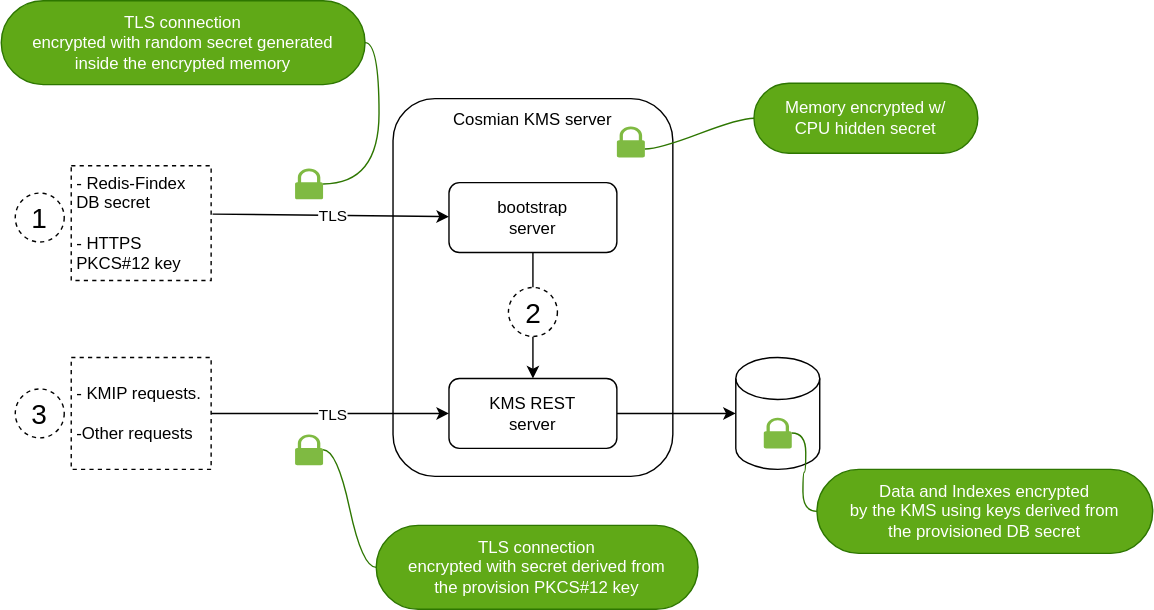
Earlier version of the draw.io export documentation/docs/drawings/zero_trust.drawio.svg (Cosmian/kms). Source tidied: cells renumbered, new cells last; positions are measured from the earlier drawing's top-left corner, leaving out a move shared by most shapes. Its diagram source:
```xml
<mxGraphModel>
  <root>
    <mxCell id="0" />
    <mxCell id="1" parent="0" />
    <mxCell id="2" style="rounded=1;whiteSpace=wrap;html=1;" parent="1" vertex="1">
      <mxGeometry x="280" y="70" width="200" height="270" as="geometry" />
    </mxCell>
    <mxCell id="3" style="endArrow=classic;html=1;exitX=1;exitY=0.5;exitDx=0;exitDy=0;entryX=0;entryY=0.5;entryDx=0;entryDy=0;entryPerimeter=0;" parent="1" edge="1" source="7" target="4">
      <mxGeometry relative="1" as="geometry" />
    </mxCell>
    <mxCell id="4" style="shape=cylinder3;whiteSpace=wrap;html=1;boundedLbl=1;backgroundOutline=1;size=15;" parent="1" vertex="1">
      <mxGeometry x="525" y="255" width="60" height="80" as="geometry" />
    </mxCell>
    <mxCell id="5" value="Cosmian KMS server" style="text;html=1;strokeColor=none;fillColor=none;align=center;verticalAlign=middle;whiteSpace=wrap;rounded=0;" parent="1" vertex="1">
      <mxGeometry x="320" y="70" width="120" height="30" as="geometry" />
    </mxCell>
    <mxCell id="6" value="bootstrap&lt;br&gt;server" style="rounded=1;whiteSpace=wrap;html=1;" parent="1" vertex="1">
      <mxGeometry x="320" y="130" width="120" height="50" as="geometry" />
    </mxCell>
    <mxCell id="7" value="KMS REST&lt;br&gt;server" style="rounded=1;whiteSpace=wrap;html=1;" parent="1" vertex="1">
      <mxGeometry x="320" y="270" width="120" height="50" as="geometry" />
    </mxCell>
    <mxCell id="8" style="endArrow=classic;html=1;exitX=0.5;exitY=1;exitDx=0;exitDy=0;startArrow=none;" parent="1" edge="1" source="17" target="7">
      <mxGeometry relative="1" as="geometry" />
    </mxCell>
    <mxCell id="9" style="endArrow=classic;html=1;exitX=1.01;exitY=0.421;exitDx=0;exitDy=0;exitPerimeter=0;" parent="1" edge="1" source="13" target="6">
      <mxGeometry relative="1" as="geometry" />
    </mxCell>
    <mxCell id="10" value="TLS" style="edgeLabel;html=1;align=center;verticalAlign=middle;" parent="9" vertex="1">
      <mxGeometry x="0.03" y="-1" relative="1" as="geometry">
        <mxPoint x="-1" y="-1" as="offset" />
      </mxGeometry>
    </mxCell>
    <mxCell id="11" style="endArrow=classic;html=1;entryX=0;entryY=0.5;entryDx=0;entryDy=0;exitX=1;exitY=0.5;exitDx=0;exitDy=0;" parent="1" edge="1" source="14" target="7">
      <mxGeometry relative="1" as="geometry" />
    </mxCell>
    <mxCell id="12" value="TLS" style="edgeLabel;html=1;align=center;verticalAlign=middle;" parent="11" vertex="1">
      <mxGeometry x="0.03" y="-1" relative="1" as="geometry">
        <mxPoint x="-1" y="-1" as="offset" />
      </mxGeometry>
    </mxCell>
    <mxCell id="13" value="- Redis-Findex DB secret&lt;br&gt;&lt;br&gt;- HTTPS PKCS#12 key" style="text;html=1;strokeColor=default;fillColor=none;align=left;verticalAlign=middle;whiteSpace=wrap;rounded=0;shadow=0;dashed=1;spacingTop=2;spacingLeft=2;spacingBottom=2;spacingRight=2;" parent="1" vertex="1">
      <mxGeometry x="50" y="118" width="100" height="82" as="geometry" />
    </mxCell>
    <mxCell id="14" value="- KMIP requests.&lt;br&gt;&lt;br&gt;-Other requests" style="text;html=1;strokeColor=default;fillColor=none;align=left;verticalAlign=middle;whiteSpace=wrap;rounded=0;shadow=0;dashed=1;spacingTop=2;spacingLeft=2;spacingBottom=2;spacingRight=2;" parent="1" vertex="1">
      <mxGeometry x="50" y="255" width="100" height="80" as="geometry" />
    </mxCell>
    <mxCell id="15" value="&lt;font style=&quot;font-size: 20px;&quot;&gt;1&lt;/font&gt;" style="ellipse;whiteSpace=wrap;html=1;rounded=0;shadow=0;dashed=1;strokeColor=default;" parent="1" vertex="1">
      <mxGeometry x="10" y="137.5" width="35" height="35" as="geometry" />
    </mxCell>
    <mxCell id="16" style="endArrow=none;html=1;exitX=0.5;exitY=1;exitDx=0;exitDy=0;" parent="1" edge="1" source="6" target="17">
      <mxGeometry relative="1" as="geometry" />
    </mxCell>
    <mxCell id="17" value="&lt;font style=&quot;font-size: 20px;&quot;&gt;2&lt;/font&gt;" style="ellipse;whiteSpace=wrap;html=1;rounded=0;shadow=0;dashed=1;strokeColor=default;" parent="1" vertex="1">
      <mxGeometry x="362.5" y="205" width="35" height="35" as="geometry" />
    </mxCell>
    <mxCell id="18" value="&lt;font style=&quot;font-size: 20px;&quot;&gt;3&lt;/font&gt;" style="ellipse;whiteSpace=wrap;html=1;rounded=0;shadow=0;dashed=1;strokeColor=default;" parent="1" vertex="1">
      <mxGeometry x="10" y="277.5" width="35" height="35" as="geometry" />
    </mxCell>
    <mxCell id="19" style="sketch=0;shadow=0;dashed=0;html=1;strokeColor=none;labelPosition=center;verticalLabelPosition=bottom;verticalAlign=top;outlineConnect=0;align=center;shape=mxgraph.office.security.lock_protected;fillColor=#7FBA42;" parent="1" vertex="1">
      <mxGeometry x="545" y="298" width="20" height="22" as="geometry" />
    </mxCell>
    <mxCell id="20" style="sketch=0;shadow=0;dashed=0;html=1;strokeColor=none;labelPosition=center;verticalLabelPosition=bottom;verticalAlign=top;align=center;shape=mxgraph.office.security.lock_protected;fillColor=#7FBA42;" parent="1" vertex="1">
      <mxGeometry x="440" y="90" width="20" height="22" as="geometry" />
    </mxCell>
    <mxCell id="21" style="sketch=0;shadow=0;dashed=0;html=1;strokeColor=none;labelPosition=center;verticalLabelPosition=bottom;verticalAlign=top;outlineConnect=0;align=center;shape=mxgraph.office.security.lock_protected;fillColor=#7FBA42;" parent="1" vertex="1">
      <mxGeometry x="210" y="120" width="20" height="22" as="geometry" />
    </mxCell>
    <mxCell id="22" style="sketch=0;shadow=0;dashed=0;html=1;strokeColor=none;labelPosition=center;verticalLabelPosition=bottom;verticalAlign=top;outlineConnect=0;align=center;shape=mxgraph.office.security.lock_protected;fillColor=#7FBA42;" parent="1" vertex="1">
      <mxGeometry x="210" y="310" width="20" height="22" as="geometry" />
    </mxCell>
    <mxCell id="23" value="Memory encrypted w/&lt;br&gt;CPU hidden secret" style="whiteSpace=wrap;html=1;rounded=1;arcSize=50;align=center;verticalAlign=middle;strokeWidth=1;spacing=4;newEdgeStyle={&quot;edgeStyle&quot;:&quot;entityRelationEdgeStyle&quot;,&quot;startArrow&quot;:&quot;none&quot;,&quot;endArrow&quot;:&quot;none&quot;,&quot;segment&quot;:10,&quot;curved&quot;:1,&quot;sourcePerimeterSpacing&quot;:0,&quot;targetPerimeterSpacing&quot;:0};fillColor=#60a917;fontColor=#ffffff;strokeColor=#2D7600;" parent="1" vertex="1">
      <mxGeometry x="538" y="59" width="160" height="50" as="geometry" />
    </mxCell>
    <mxCell id="24" style="edgeStyle=entityRelationEdgeStyle;startArrow=none;endArrow=none;segment=10;curved=1;sourcePerimeterSpacing=0;targetPerimeterSpacing=0;fillColor=#60a917;strokeColor=#2D7600;" parent="1" edge="1" target="23">
      <mxGeometry relative="1" as="geometry">
        <mxPoint x="460" y="106" as="sourcePoint" />
      </mxGeometry>
    </mxCell>
    <mxCell id="25" style="edgeStyle=entityRelationEdgeStyle;html=1;startArrow=none;endArrow=none;segment=10;curved=1;sourcePerimeterSpacing=0;targetPerimeterSpacing=0;fillColor=#60a917;strokeColor=#2D7600;" parent="1" edge="1" source="26" target="19">
      <mxGeometry relative="1" as="geometry" />
    </mxCell>
    <mxCell id="26" value="Data and Indexes encrypted&lt;br&gt;by the KMS using keys derived from &lt;br&gt;the provisioned DB secret" style="whiteSpace=wrap;html=1;rounded=1;arcSize=50;align=center;verticalAlign=middle;strokeWidth=1;spacing=4;newEdgeStyle={&quot;edgeStyle&quot;:&quot;entityRelationEdgeStyle&quot;,&quot;startArrow&quot;:&quot;none&quot;,&quot;endArrow&quot;:&quot;none&quot;,&quot;segment&quot;:10,&quot;curved&quot;:1,&quot;sourcePerimeterSpacing&quot;:0,&quot;targetPerimeterSpacing&quot;:0};fillColor=#60a917;fontColor=#ffffff;strokeColor=#2D7600;" parent="1" vertex="1">
      <mxGeometry x="583" y="335" width="240" height="60" as="geometry" />
    </mxCell>
    <mxCell id="27" style="edgeStyle=entityRelationEdgeStyle;html=1;startArrow=none;endArrow=none;segment=10;curved=1;sourcePerimeterSpacing=0;targetPerimeterSpacing=0;fillColor=#60a917;strokeColor=#2D7600;" parent="1" edge="1" source="28" target="22">
      <mxGeometry relative="1" as="geometry" />
    </mxCell>
    <mxCell id="28" value="TLS connection&lt;br&gt;encrypted with secret derived from&lt;br&gt;the provision PKCS#12 key" style="whiteSpace=wrap;html=1;rounded=1;arcSize=50;align=center;verticalAlign=middle;strokeWidth=1;spacing=4;newEdgeStyle={&quot;edgeStyle&quot;:&quot;entityRelationEdgeStyle&quot;,&quot;startArrow&quot;:&quot;none&quot;,&quot;endArrow&quot;:&quot;none&quot;,&quot;segment&quot;:10,&quot;curved&quot;:1,&quot;sourcePerimeterSpacing&quot;:0,&quot;targetPerimeterSpacing&quot;:0};fillColor=#60a917;fontColor=#ffffff;strokeColor=#2D7600;" parent="1" vertex="1">
      <mxGeometry x="268" y="375" width="230" height="60" as="geometry" />
    </mxCell>
    <mxCell id="29" style="edgeStyle=entityRelationEdgeStyle;html=1;startArrow=none;endArrow=none;segment=10;curved=1;sourcePerimeterSpacing=0;targetPerimeterSpacing=0;fillColor=#60a917;strokeColor=#2D7600;" parent="1" edge="1" source="30" target="21">
      <mxGeometry relative="1" as="geometry" />
    </mxCell>
    <mxCell id="30" value="TLS connection&lt;br&gt;encrypted with random secret generated&lt;br&gt;inside the encrypted memory" style="whiteSpace=wrap;html=1;rounded=1;arcSize=50;align=center;verticalAlign=middle;strokeWidth=1;spacing=4;newEdgeStyle={&quot;edgeStyle&quot;:&quot;entityRelationEdgeStyle&quot;,&quot;startArrow&quot;:&quot;none&quot;,&quot;endArrow&quot;:&quot;none&quot;,&quot;segment&quot;:10,&quot;curved&quot;:1,&quot;sourcePerimeterSpacing&quot;:0,&quot;targetPerimeterSpacing&quot;:0};fillColor=#60a917;fontColor=#ffffff;strokeColor=#2D7600;" parent="1" vertex="1">
      <mxGeometry width="260" height="60" as="geometry" />
    </mxCell>
  </root>
</mxGraphModel>
```
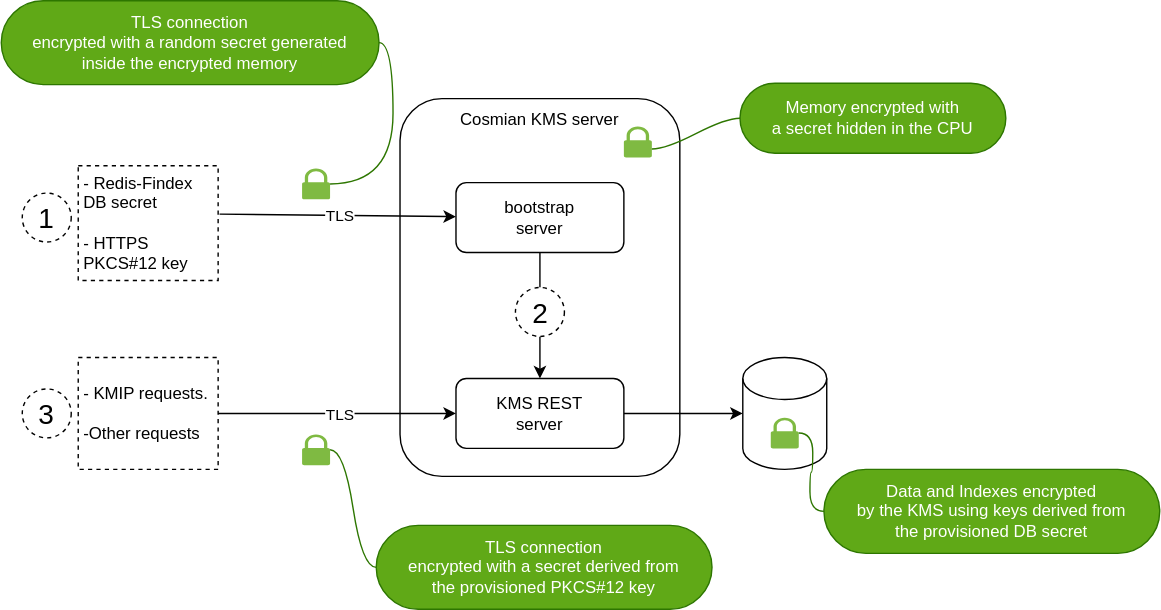
Later version of the same file.

Commit message:
better zero trust graph

Diff of the diagram source:
```diff
@@ -69,8 +69,8 @@
     <mxCell id="22" style="sketch=0;shadow=0;dashed=0;html=1;strokeColor=none;labelPosition=center;verticalLabelPosition=bottom;verticalAlign=top;outlineConnect=0;align=center;shape=mxgraph.office.security.lock_protected;fillColor=#7FBA42;" parent="1" vertex="1">
       <mxGeometry x="210" y="310" width="20" height="22" as="geometry" />
     </mxCell>
-    <mxCell id="23" value="Memory encrypted w/&lt;br&gt;CPU hidden secret" style="whiteSpace=wrap;html=1;rounded=1;arcSize=50;align=center;verticalAlign=middle;strokeWidth=1;spacing=4;newEdgeStyle={&quot;edgeStyle&quot;:&quot;entityRelationEdgeStyle&quot;,&quot;startArrow&quot;:&quot;none&quot;,&quot;endArrow&quot;:&quot;none&quot;,&quot;segment&quot;:10,&quot;curved&quot;:1,&quot;sourcePerimeterSpacing&quot;:0,&quot;targetPerimeterSpacing&quot;:0};fillColor=#60a917;fontColor=#ffffff;strokeColor=#2D7600;" parent="1" vertex="1">
-      <mxGeometry x="538" y="59" width="160" height="50" as="geometry" />
+    <mxCell id="23" value="Memory encrypted with&lt;br&gt;a secret hidden in the CPU" style="whiteSpace=wrap;html=1;rounded=1;arcSize=50;align=center;verticalAlign=middle;strokeWidth=1;spacing=4;newEdgeStyle={&quot;edgeStyle&quot;:&quot;entityRelationEdgeStyle&quot;,&quot;startArrow&quot;:&quot;none&quot;,&quot;endArrow&quot;:&quot;none&quot;,&quot;segment&quot;:10,&quot;curved&quot;:1,&quot;sourcePerimeterSpacing&quot;:0,&quot;targetPerimeterSpacing&quot;:0};fillColor=#60a917;fontColor=#ffffff;strokeColor=#2D7600;" parent="1" vertex="1">
+      <mxGeometry x="523" y="59" width="190" height="50" as="geometry" />
     </mxCell>
     <mxCell id="24" style="edgeStyle=entityRelationEdgeStyle;startArrow=none;endArrow=none;segment=10;curved=1;sourcePerimeterSpacing=0;targetPerimeterSpacing=0;fillColor=#60a917;strokeColor=#2D7600;" parent="1" edge="1" target="23">
       <mxGeometry relative="1" as="geometry">
@@ -86,14 +86,14 @@
     <mxCell id="27" style="edgeStyle=entityRelationEdgeStyle;html=1;startArrow=none;endArrow=none;segment=10;curved=1;sourcePerimeterSpacing=0;targetPerimeterSpacing=0;fillColor=#60a917;strokeColor=#2D7600;" parent="1" edge="1" source="28" target="22">
       <mxGeometry relative="1" as="geometry" />
     </mxCell>
-    <mxCell id="28" value="TLS connection&lt;br&gt;encrypted with secret derived from&lt;br&gt;the provision PKCS#12 key" style="whiteSpace=wrap;html=1;rounded=1;arcSize=50;align=center;verticalAlign=middle;strokeWidth=1;spacing=4;newEdgeStyle={&quot;edgeStyle&quot;:&quot;entityRelationEdgeStyle&quot;,&quot;startArrow&quot;:&quot;none&quot;,&quot;endArrow&quot;:&quot;none&quot;,&quot;segment&quot;:10,&quot;curved&quot;:1,&quot;sourcePerimeterSpacing&quot;:0,&quot;targetPerimeterSpacing&quot;:0};fillColor=#60a917;fontColor=#ffffff;strokeColor=#2D7600;" parent="1" vertex="1">
-      <mxGeometry x="268" y="375" width="230" height="60" as="geometry" />
+    <mxCell id="28" value="TLS connection&lt;br&gt;encrypted with a secret derived from&lt;br&gt;the provisioned PKCS#12 key" style="whiteSpace=wrap;html=1;rounded=1;arcSize=50;align=center;verticalAlign=middle;strokeWidth=1;spacing=4;newEdgeStyle={&quot;edgeStyle&quot;:&quot;entityRelationEdgeStyle&quot;,&quot;startArrow&quot;:&quot;none&quot;,&quot;endArrow&quot;:&quot;none&quot;,&quot;segment&quot;:10,&quot;curved&quot;:1,&quot;sourcePerimeterSpacing&quot;:0,&quot;targetPerimeterSpacing&quot;:0};fillColor=#60a917;fontColor=#ffffff;strokeColor=#2D7600;" parent="1" vertex="1">
+      <mxGeometry x="263" y="375" width="240" height="60" as="geometry" />
     </mxCell>
     <mxCell id="29" style="edgeStyle=entityRelationEdgeStyle;html=1;startArrow=none;endArrow=none;segment=10;curved=1;sourcePerimeterSpacing=0;targetPerimeterSpacing=0;fillColor=#60a917;strokeColor=#2D7600;" parent="1" edge="1" source="30" target="21">
       <mxGeometry relative="1" as="geometry" />
     </mxCell>
-    <mxCell id="30" value="TLS connection&lt;br&gt;encrypted with random secret generated&lt;br&gt;inside the encrypted memory" style="whiteSpace=wrap;html=1;rounded=1;arcSize=50;align=center;verticalAlign=middle;strokeWidth=1;spacing=4;newEdgeStyle={&quot;edgeStyle&quot;:&quot;entityRelationEdgeStyle&quot;,&quot;startArrow&quot;:&quot;none&quot;,&quot;endArrow&quot;:&quot;none&quot;,&quot;segment&quot;:10,&quot;curved&quot;:1,&quot;sourcePerimeterSpacing&quot;:0,&quot;targetPerimeterSpacing&quot;:0};fillColor=#60a917;fontColor=#ffffff;strokeColor=#2D7600;" parent="1" vertex="1">
-      <mxGeometry width="260" height="60" as="geometry" />
+    <mxCell id="30" value="TLS connection&lt;br&gt;encrypted with a random secret generated&lt;br&gt;inside the encrypted memory" style="whiteSpace=wrap;html=1;rounded=1;arcSize=50;align=center;verticalAlign=middle;strokeWidth=1;spacing=4;newEdgeStyle={&quot;edgeStyle&quot;:&quot;entityRelationEdgeStyle&quot;,&quot;startArrow&quot;:&quot;none&quot;,&quot;endArrow&quot;:&quot;none&quot;,&quot;segment&quot;:10,&quot;curved&quot;:1,&quot;sourcePerimeterSpacing&quot;:0,&quot;targetPerimeterSpacing&quot;:0};fillColor=#60a917;fontColor=#ffffff;strokeColor=#2D7600;" parent="1" vertex="1">
+      <mxGeometry x="-5" width="270" height="60" as="geometry" />
     </mxCell>
   </root>
 </mxGraphModel>
```
